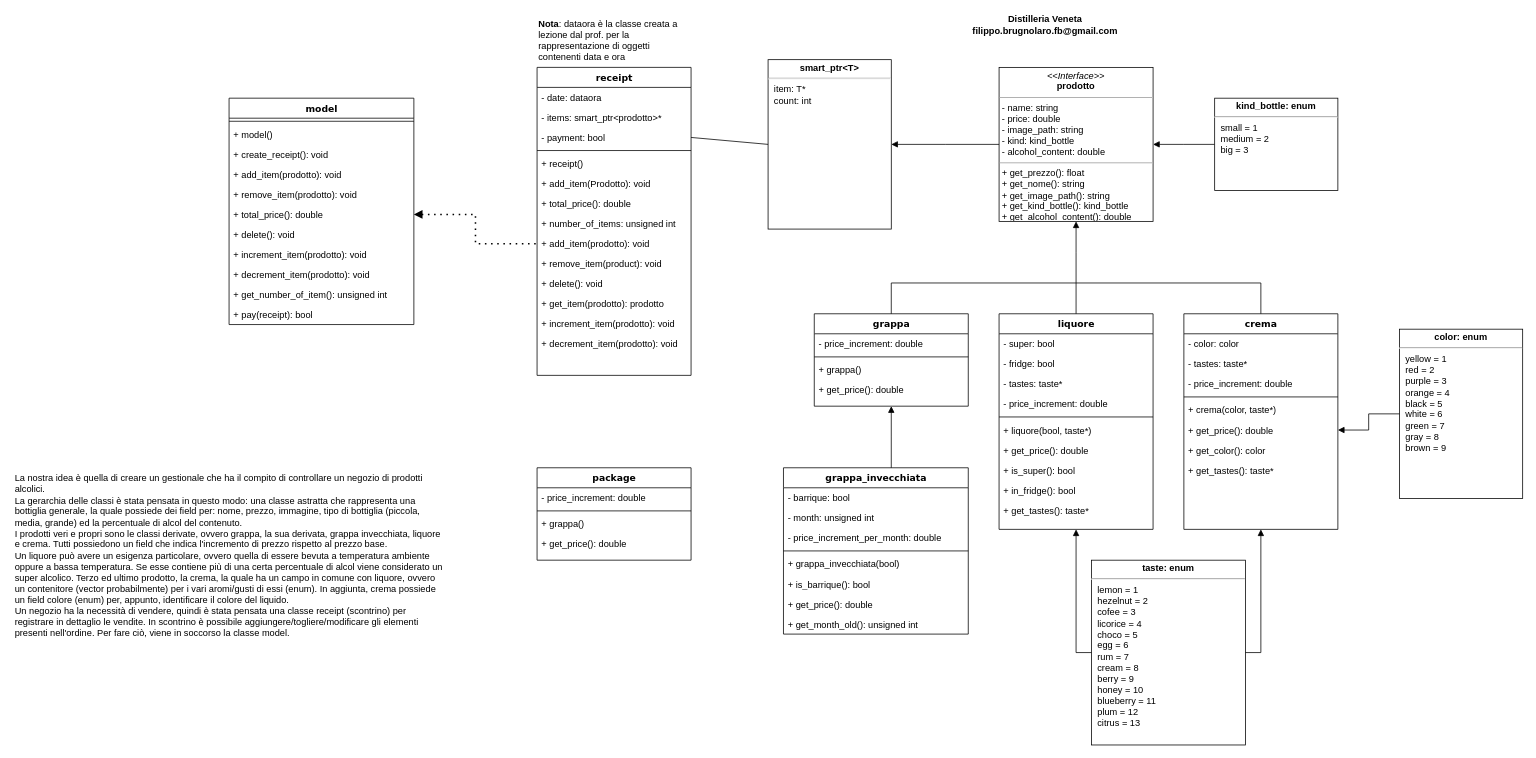
The draw.io diagram Drawio/Model-PAO.drawio in NicholasPilotto/ProgettoPaO, before the edit. Source tidied: cells renumbered, new cells numbered last; positions are measured from the earlier drawing's top-left corner, leaving out a move shared by most shapes. Both pictures are drawn from the tidied source at 77%, with x=0, y=0 at pixel (13, 13).
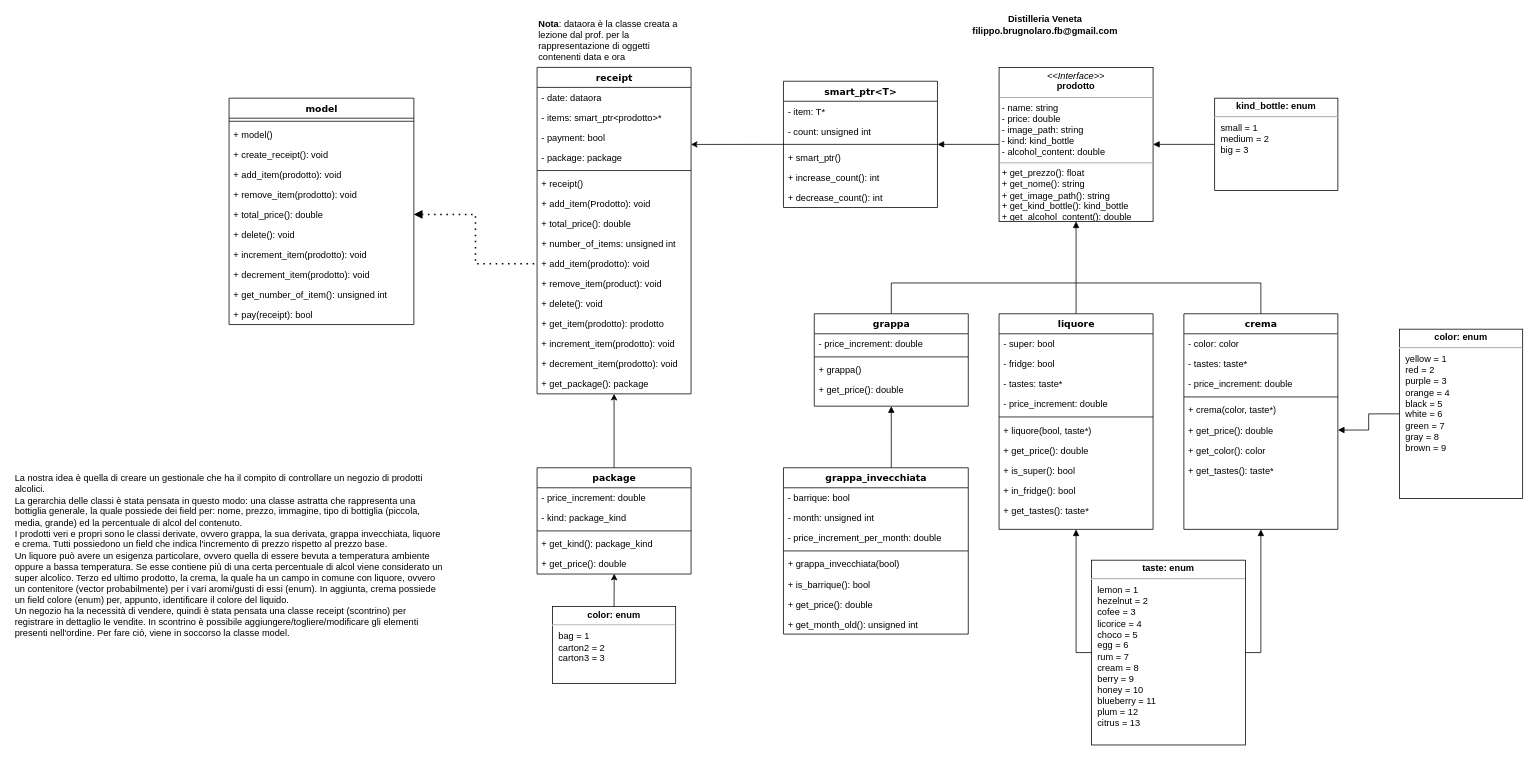
Above is the later version.

Commit message:
Sistemato smart_ptr e package

Unchanged cells that the change refers to:
```xml
<mxCell id="29" value="&lt;p style=&quot;margin: 0px ; margin-top: 4px ; text-align: center&quot;&gt;&lt;i&gt;&amp;lt;&amp;lt;Interface&amp;gt;&amp;gt;&lt;/i&gt;&lt;br&gt;&lt;b&gt;prodotto&lt;/b&gt;&lt;/p&gt;&lt;hr size=&quot;1&quot;&gt;&lt;p style=&quot;margin: 0px ; margin-left: 4px&quot;&gt;- name: string&lt;/p&gt;&lt;p style=&quot;margin: 0px ; margin-left: 4px&quot;&gt;- price: double&lt;/p&gt;&lt;p style=&quot;margin: 0px ; margin-left: 4px&quot;&gt;- image_path: string&lt;/p&gt;&lt;p style=&quot;margin: 0px ; margin-left: 4px&quot;&gt;- kind: kind_bottle&lt;/p&gt;&lt;p style=&quot;margin: 0px ; margin-left: 4px&quot;&gt;- alcohol_content: double&lt;/p&gt;&lt;hr size=&quot;1&quot;&gt;&lt;p style=&quot;margin: 0px ; margin-left: 4px&quot;&gt;+ get_prezzo(): float&lt;br&gt;+ get_nome(): string&lt;/p&gt;&lt;p style=&quot;margin: 0px ; margin-left: 4px&quot;&gt;+ get_image_path(): string&lt;/p&gt;&lt;p style=&quot;margin: 0px ; margin-left: 4px&quot;&gt;+ get_kind_bottle(): kind_bottle&lt;/p&gt;&lt;p style=&quot;margin: 0px ; margin-left: 4px&quot;&gt;+ get_alcohol_content(): double&lt;/p&gt;" style="verticalAlign=top;align=left;overflow=fill;fontSize=12;fontFamily=Helvetica;html=1;rounded=0;shadow=0;comic=0;labelBackgroundColor=none;strokeWidth=1;" parent="1" vertex="1">
  <mxGeometry x="1280" y="70" width="200" height="200" as="geometry" />
</mxCell>
<mxCell id="63" value="- payment: bool" style="text;strokeColor=none;fillColor=none;align=left;verticalAlign=top;spacingLeft=4;spacingRight=4;overflow=hidden;points=[[0,0.5],[1,0.5]];portConstraint=eastwest;" parent="60" vertex="1">
  <mxGeometry y="78" width="200" height="26" as="geometry" />
</mxCell>
```

Change to the diagram source:
```diff
@@
     <mxCell id="60" value="receipt" style="swimlane;html=1;fontStyle=1;align=center;verticalAlign=top;horizontal=1;startSize=26;swimlaneFillColor=#ffffff;rounded=0;shadow=0;comic=0;labelBackgroundColor=none;strokeWidth=1;fillColor=none;fontFamily=Verdana;fontSize=12;" parent="1" vertex="1">
-      <mxGeometry x="680" y="70" width="200" height="400" as="geometry" />
+      <mxGeometry x="680" y="70" width="200" height="424" as="geometry" />
     </mxCell>
@@
+    <mxCell id="87" value="- package: package" style="text;strokeColor=none;fillColor=none;align=left;verticalAlign=top;spacingLeft=4;spacingRight=4;overflow=hidden;" parent="60" vertex="1">
+      <mxGeometry y="104" width="200" height="26" as="geometry" />
+    </mxCell>
     <mxCell id="64" style="line;html=1;strokeWidth=1;fillColor=none;align=left;verticalAlign=middle;spacingTop=-1;spacingLeft=3;spacingRight=3;labelPosition=right;" parent="60" vertex="1">
-      <mxGeometry y="104" width="200" height="8" as="geometry" />
+      <mxGeometry y="130" width="200" height="8" as="geometry" />
     </mxCell>
     <mxCell id="65" value="+ receipt()" style="text;strokeColor=none;fillColor=none;align=left;verticalAlign=top;spacingLeft=4;spacingRight=4;overflow=hidden;" parent="60" vertex="1">
-      <mxGeometry y="112" width="200" height="26" as="geometry" />
+      <mxGeometry y="138" width="200" height="26" as="geometry" />
     </mxCell>
     <mxCell id="66" value="+ add_item(Prodotto): void" style="text;strokeColor=none;fillColor=none;align=left;verticalAlign=top;spacingLeft=4;spacingRight=4;overflow=hidden;" parent="60" vertex="1">
-      <mxGeometry y="138" width="200" height="26" as="geometry" />
+      <mxGeometry y="164" width="200" height="26" as="geometry" />
     </mxCell>
     <mxCell id="67" value="+ total_price(): double" style="text;strokeColor=none;fillColor=none;align=left;verticalAlign=top;spacingLeft=4;spacingRight=4;overflow=hidden;" parent="60" vertex="1">
-      <mxGeometry y="164" width="200" height="26" as="geometry" />
+      <mxGeometry y="190" width="200" height="26" as="geometry" />
     </mxCell>
     <mxCell id="68" value="+ number_of_items: unsigned int" style="text;strokeColor=none;fillColor=none;align=left;verticalAlign=top;spacingLeft=4;spacingRight=4;overflow=hidden;" parent="60" vertex="1">
-      <mxGeometry y="190" width="200" height="26" as="geometry" />
+      <mxGeometry y="216" width="200" height="26" as="geometry" />
     </mxCell>
     <mxCell id="69" value="+ add_item(prodotto): void" style="text;strokeColor=none;fillColor=none;align=left;verticalAlign=top;spacingLeft=4;spacingRight=4;overflow=hidden;points=[[0,0.5],[1,0.5]];portConstraint=eastwest;" parent="60" vertex="1">
-      <mxGeometry y="216" width="200" height="26" as="geometry" />
+      <mxGeometry y="242" width="200" height="26" as="geometry" />
     </mxCell>
     <mxCell id="70" value="+ remove_item(product): void" style="text;strokeColor=none;fillColor=none;align=left;verticalAlign=top;spacingLeft=4;spacingRight=4;overflow=hidden;" parent="60" vertex="1">
-      <mxGeometry y="242" width="200" height="26" as="geometry" />
+      <mxGeometry y="268" width="200" height="26" as="geometry" />
     </mxCell>
     <mxCell id="71" value="+ delete(): void" style="text;strokeColor=none;fillColor=none;align=left;verticalAlign=top;spacingLeft=4;spacingRight=4;overflow=hidden;" parent="60" vertex="1">
-      <mxGeometry y="268" width="200" height="26" as="geometry" />
+      <mxGeometry y="294" width="200" height="26" as="geometry" />
     </mxCell>
     <mxCell id="72" value="+ get_item(prodotto): prodotto" style="text;strokeColor=none;fillColor=none;align=left;verticalAlign=top;spacingLeft=4;spacingRight=4;overflow=hidden;" parent="60" vertex="1">
-      <mxGeometry y="294" width="200" height="26" as="geometry" />
+      <mxGeometry y="320" width="200" height="26" as="geometry" />
     </mxCell>
     <mxCell id="73" value="+ increment_item(prodotto): void" style="text;strokeColor=none;fillColor=none;align=left;verticalAlign=top;spacingLeft=4;spacingRight=4;overflow=hidden;" parent="60" vertex="1">
-      <mxGeometry y="320" width="200" height="26" as="geometry" />
+      <mxGeometry y="346" width="200" height="26" as="geometry" />
     </mxCell>
     <mxCell id="74" value="+ decrement_item(prodotto): void" style="text;strokeColor=none;fillColor=none;align=left;verticalAlign=top;spacingLeft=4;spacingRight=4;overflow=hidden;" parent="60" vertex="1">
-      <mxGeometry y="346" width="200" height="26" as="geometry" />
+      <mxGeometry y="372" width="200" height="26" as="geometry" />
     </mxCell>
+    <mxCell id="88" value="+ get_package(): package" style="text;strokeColor=none;fillColor=none;align=left;verticalAlign=top;spacingLeft=4;spacingRight=4;overflow=hidden;" parent="60" vertex="1">
+      <mxGeometry y="398" width="200" height="26" as="geometry" />
+    </mxCell>
@@
-    <mxCell id="76" style="endArrow=none;html=1;strokeWidth=1;exitX=1;exitY=0.5;exitDx=0;exitDy=0;entryX=0;entryY=0.5;entryDx=0;entryDy=0;edgeStyle=elbowEdgeStyle;rounded=0;startArrow=block;startFill=1;" parent="1" edge="1" source="79" target="29">
-      <mxGeometry relative="1" as="geometry" />
-    </mxCell>
@@
-    <mxCell id="79" value="&lt;p style=&quot;margin: 4px 0px 0px ; text-align: center&quot;&gt;&lt;b&gt;smart_ptr&amp;lt;T&amp;gt;&lt;/b&gt;&lt;/p&gt;&lt;hr&gt;&lt;p style=&quot;margin: 0px ; margin-left: 8px&quot;&gt;item: T*&lt;/p&gt;&lt;p style=&quot;margin: 0px ; margin-left: 8px&quot;&gt;count: int&lt;/p&gt;" style="verticalAlign=top;align=left;overflow=fill;fontSize=12;fontFamily=Helvetica;html=1;" parent="1" vertex="1">
-      <mxGeometry x="980" y="60" width="160" height="220" as="geometry" />
-    </mxCell>
-    <mxCell id="80" style="endArrow=none;html=1;entryX=0;entryY=0.5;entryDx=0;entryDy=0;exitX=1;exitY=0.5;exitDx=0;exitDy=0;" parent="1" edge="1" source="63" target="79">
-      <mxGeometry relative="1" as="geometry" />
-    </mxCell>
     <mxCell id="81" value="package" style="swimlane;html=1;fontStyle=1;align=center;verticalAlign=top;horizontal=1;startSize=26;swimlaneFillColor=#ffffff;rounded=0;shadow=0;comic=0;labelBackgroundColor=none;strokeWidth=1;fillColor=none;fontFamily=Verdana;fontSize=12;" parent="1" vertex="1">
-      <mxGeometry x="680" y="590" width="200" height="120" as="geometry" />
+      <mxGeometry x="680" y="590" width="200" height="138" as="geometry" />
     </mxCell>
@@
+    <mxCell id="89" value="- kind: package_kind" style="text;strokeColor=none;fillColor=none;align=left;verticalAlign=top;spacingLeft=4;spacingRight=4;overflow=hidden;" parent="81" vertex="1">
+      <mxGeometry y="52" width="200" height="26" as="geometry" />
+    </mxCell>
     <mxCell id="83" style="line;html=1;strokeWidth=1;fillColor=none;align=left;verticalAlign=middle;spacingTop=-1;spacingLeft=3;spacingRight=3;labelPosition=right;" parent="81" vertex="1">
-      <mxGeometry y="52" width="200" height="8" as="geometry" />
+      <mxGeometry y="78" width="200" height="8" as="geometry" />
     </mxCell>
-    <mxCell id="84" value="+ grappa()" style="text;strokeColor=none;fillColor=none;align=left;verticalAlign=top;spacingLeft=4;spacingRight=4;overflow=hidden;" parent="81" vertex="1">
-      <mxGeometry y="60" width="200" height="26" as="geometry" />
+    <mxCell id="84" value="+ get_kind(): package_kind" style="text;strokeColor=none;fillColor=none;align=left;verticalAlign=top;spacingLeft=4;spacingRight=4;overflow=hidden;" parent="81" vertex="1">
+      <mxGeometry y="86" width="200" height="26" as="geometry" />
     </mxCell>
     <mxCell id="85" value="+ get_price(): double" style="text;strokeColor=none;fillColor=none;align=left;verticalAlign=top;spacingLeft=4;spacingRight=4;overflow=hidden;points=[[0,0.5],[1,0.5]];portConstraint=eastwest;" parent="81" vertex="1">
-      <mxGeometry y="86" width="200" height="26" as="geometry" />
+      <mxGeometry y="112" width="200" height="26" as="geometry" />
     </mxCell>
@@
+    <mxCell id="90" value="smart_ptr&amp;lt;T&amp;gt;" style="swimlane;html=1;fontStyle=1;align=center;verticalAlign=top;horizontal=1;startSize=26;swimlaneFillColor=#ffffff;rounded=0;shadow=0;comic=0;labelBackgroundColor=none;strokeWidth=1;fillColor=none;fontFamily=Verdana;fontSize=12;" parent="1" vertex="1">
+      <mxGeometry x="1000" y="88" width="200" height="164" as="geometry" />
+    </mxCell>
+    <mxCell id="91" value="- item: T*" style="text;strokeColor=none;fillColor=none;align=left;verticalAlign=top;spacingLeft=4;spacingRight=4;overflow=hidden;" parent="90" vertex="1">
+      <mxGeometry y="26" width="200" height="26" as="geometry" />
+    </mxCell>
+    <mxCell id="92" value="- count: unsigned int" style="text;strokeColor=none;fillColor=none;align=left;verticalAlign=top;spacingLeft=4;spacingRight=4;overflow=hidden;" parent="90" vertex="1">
+      <mxGeometry y="52" width="200" height="26" as="geometry" />
+    </mxCell>
+    <mxCell id="93" style="line;html=1;strokeWidth=1;fillColor=none;align=left;verticalAlign=middle;spacingTop=-1;spacingLeft=3;spacingRight=3;labelPosition=right;" parent="90" vertex="1">
+      <mxGeometry y="78" width="200" height="8" as="geometry" />
+    </mxCell>
+    <mxCell id="94" value="+ smart_ptr()" style="text;strokeColor=none;fillColor=none;align=left;verticalAlign=top;spacingLeft=4;spacingRight=4;overflow=hidden;" parent="90" vertex="1">
+      <mxGeometry y="86" width="200" height="26" as="geometry" />
+    </mxCell>
+    <mxCell id="95" value="+ increase_count(): int" style="text;strokeColor=none;fillColor=none;align=left;verticalAlign=top;spacingLeft=4;spacingRight=4;overflow=hidden;" parent="90" vertex="1">
+      <mxGeometry y="112" width="200" height="26" as="geometry" />
+    </mxCell>
+    <mxCell id="96" value="+ decrease_count(): int" style="text;strokeColor=none;fillColor=none;align=left;verticalAlign=top;spacingLeft=4;spacingRight=4;overflow=hidden;" parent="90" vertex="1">
+      <mxGeometry y="138" width="200" height="26" as="geometry" />
+    </mxCell>
+    <mxCell id="97" style="endArrow=none;html=1;entryX=0;entryY=0.5;entryDx=0;entryDy=0;exitX=1;exitY=0.5;exitDx=0;exitDy=0;startArrow=block;startFill=1;" parent="1" edge="1" source="90">
+      <mxGeometry relative="1" as="geometry">
+        <mxPoint x="1280" y="170" as="targetPoint" />
+      </mxGeometry>
+    </mxCell>
+    <mxCell id="98" style="endArrow=classic;html=1;exitX=0;exitY=0.5;exitDx=0;exitDy=0;entryX=0.999;entryY=0.849;entryDx=0;entryDy=0;entryPerimeter=0;" parent="1" edge="1" source="90" target="63">
+      <mxGeometry relative="1" as="geometry" />
+    </mxCell>
+    <mxCell id="99" value="&lt;p style=&quot;margin: 4px 0px 0px ; text-align: center&quot;&gt;&lt;b&gt;color: enum&lt;/b&gt;&lt;/p&gt;&lt;hr&gt;&lt;p style=&quot;margin: 0px ; margin-left: 8px&quot;&gt;bag = 1&lt;/p&gt;&lt;p style=&quot;margin: 0px ; margin-left: 8px&quot;&gt;carton2 = 2&lt;/p&gt;&lt;p style=&quot;margin: 0px ; margin-left: 8px&quot;&gt;carton3 = 3&lt;/p&gt;" style="verticalAlign=top;align=left;overflow=fill;fontSize=12;fontFamily=Helvetica;html=1;" parent="1" vertex="1">
+      <mxGeometry x="700" y="770" width="160" height="100" as="geometry" />
+    </mxCell>
+    <mxCell id="100" style="endArrow=classic;html=1;exitX=0.5;exitY=0;exitDx=0;exitDy=0;entryX=0.501;entryY=0.985;entryDx=0;entryDy=0;entryPerimeter=0;" parent="1" edge="1" source="99" target="85">
+      <mxGeometry relative="1" as="geometry" />
+    </mxCell>
+    <mxCell id="101" style="endArrow=classic;html=1;exitX=0.5;exitY=0;exitDx=0;exitDy=0;entryX=0.5;entryY=1;entryDx=0;entryDy=0;" parent="1" edge="1" source="81" target="60">
+      <mxGeometry relative="1" as="geometry" />
+    </mxCell>
```
